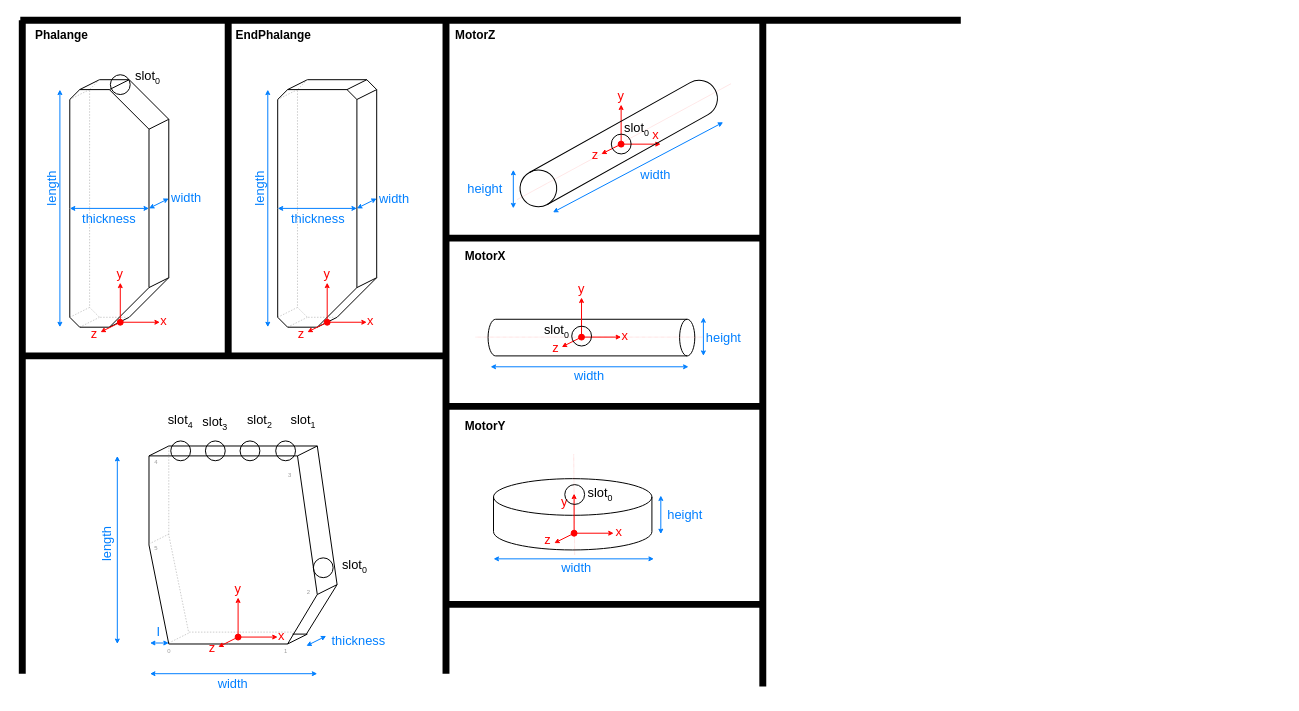
boytchev/virtual-prosthetics keeps this draw.io diagram as docs/shapes.drawio. Above is the earlier version. Source tidied: cells renumbered, new cells numbered last; positions are measured from the earlier drawing's top-left corner, leaving out a move shared by most shapes. Both pictures are drawn from the tidied source at 99%, with x=0, y=0 at pixel (20, 20).
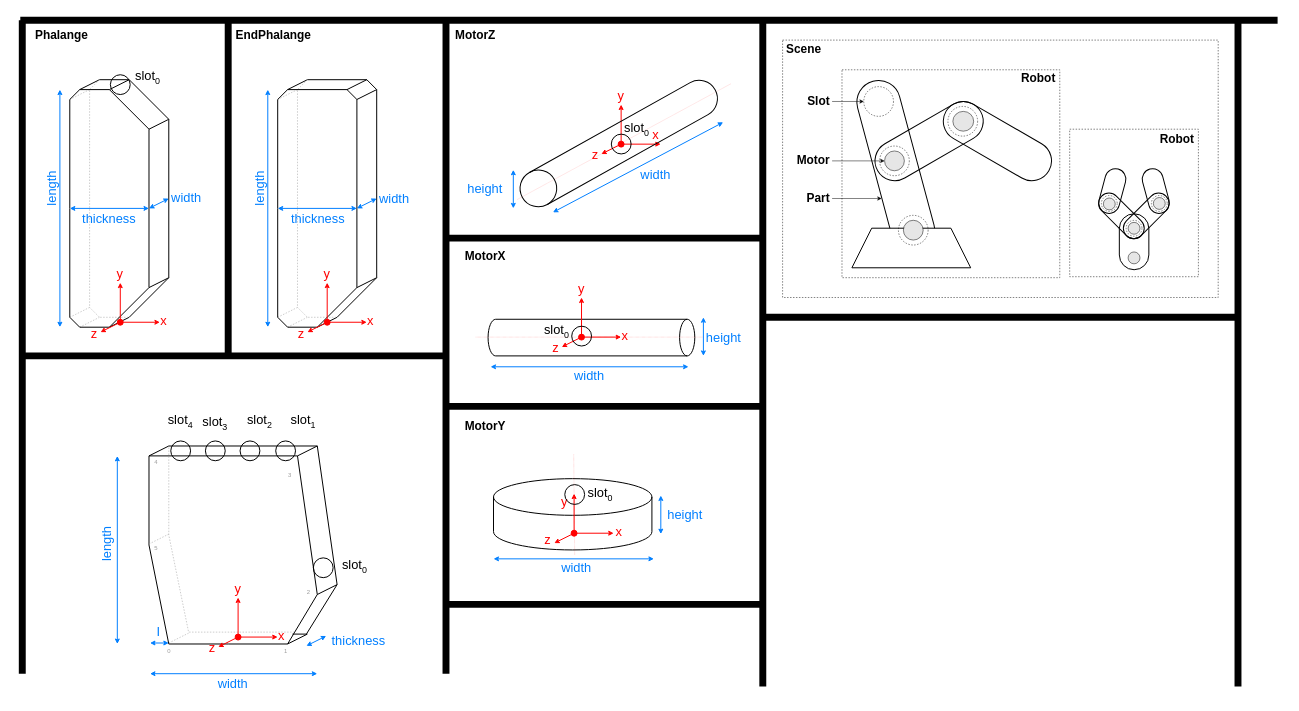
Above is the later version.

Commit message (it also covers changes not shown here):
Updated introduction, fixed sections Scene and Robot

What changed in the source:
```diff
@@
+    <mxCell id="151" style="rounded=0;whiteSpace=wrap;html=1;fillColor=none;labelBackgroundColor=default;endArrow=none;fontSize=11;dashed=1;strokeWidth=0.5;" parent="1" vertex="1">
+      <mxGeometry x="770" y="20" width="440" height="260" as="geometry" />
+    </mxCell>
+    <mxCell id="152" style="rounded=0;whiteSpace=wrap;html=1;fillColor=none;labelBackgroundColor=default;endArrow=none;fontSize=11;dashed=1;strokeWidth=0.5;" parent="1" vertex="1">
+      <mxGeometry x="830" y="50" width="220" height="210" as="geometry" />
+    </mxCell>
@@
     <mxCell id="91" style="endArrow=none;html=1;rounded=0;strokeColor=#000000;strokeWidth=7;fontSize=12;fontColor=#000000;" parent="1" edge="1">
       <mxGeometry relative="1" as="geometry">
         <mxPoint as="sourcePoint" />
-        <mxPoint x="950" as="targetPoint" />
+        <mxPoint x="1270" as="targetPoint" />
       </mxGeometry>
     </mxCell>
@@
+    <mxCell id="153" value="Scene" style="text;html=1;strokeColor=none;fillColor=none;align=left;verticalAlign=middle;whiteSpace=wrap;rounded=0;fontStyle=1;spacingLeft=2;" parent="1" vertex="1">
+      <mxGeometry x="770" y="20" width="80" height="20" as="geometry" />
+    </mxCell>
+    <mxCell id="154" style="rounded=1;whiteSpace=wrap;html=1;fillColor=none;arcSize=50;rotation=-105;" parent="1" vertex="1">
+      <mxGeometry x="795.3" y="125.6" width="178.1" height="43.9" as="geometry" />
+    </mxCell>
+    <mxCell id="155" style="rounded=1;whiteSpace=wrap;html=1;fillColor=none;arcSize=50;rotation=-30;" parent="1" vertex="1">
+      <mxGeometry x="858" y="102" width="120" height="40" as="geometry" />
+    </mxCell>
+    <mxCell id="156" style="rounded=1;whiteSpace=wrap;html=1;fillColor=none;arcSize=50;rotation=30;" parent="1" vertex="1">
+      <mxGeometry x="927" y="102" width="120" height="40" as="geometry" />
+    </mxCell>
+    <mxCell id="157" style="shape=trapezoid;perimeter=trapezoidPerimeter;whiteSpace=wrap;html=1;fixedSize=1;fillColor=default;" parent="1" vertex="1">
+      <mxGeometry x="840" y="210" width="120" height="40" as="geometry" />
+    </mxCell>
+    <mxCell id="158" style="ellipse;whiteSpace=wrap;html=1;fillColor=none;dashed=1;strokeWidth=0.5;" parent="1" vertex="1">
+      <mxGeometry x="887" y="197" width="30" height="30" as="geometry" />
+    </mxCell>
+    <mxCell id="159" style="ellipse;whiteSpace=wrap;html=1;fillColor=none;dashed=1;strokeWidth=0.5;" parent="1" vertex="1">
+      <mxGeometry x="852" y="67" width="30" height="30" as="geometry" />
+    </mxCell>
+    <mxCell id="160" style="ellipse;whiteSpace=wrap;html=1;fillColor=none;dashed=1;strokeWidth=0.5;" parent="1" vertex="1">
+      <mxGeometry x="868" y="127" width="30" height="30" as="geometry" />
+    </mxCell>
+    <mxCell id="161" style="ellipse;whiteSpace=wrap;html=1;fillColor=none;dashed=1;strokeWidth=0.5;" parent="1" vertex="1">
+      <mxGeometry x="937" y="87" width="30" height="30" as="geometry" />
+    </mxCell>
+    <mxCell id="162" style="ellipse;whiteSpace=wrap;html=1;fillColor=#E6E6E6;strokeWidth=0.5;" parent="1" vertex="1">
+      <mxGeometry x="873" y="132" width="20" height="20" as="geometry" />
+    </mxCell>
+    <mxCell id="163" style="ellipse;whiteSpace=wrap;html=1;fillColor=#E6E6E6;strokeWidth=0.5;" parent="1" vertex="1">
+      <mxGeometry x="892" y="202" width="20" height="20" as="geometry" />
+    </mxCell>
+    <mxCell id="164" style="ellipse;whiteSpace=wrap;html=1;fillColor=#E6E6E6;strokeWidth=0.5;" parent="1" vertex="1">
+      <mxGeometry x="942" y="92" width="21" height="20" as="geometry" />
+    </mxCell>
+    <mxCell id="165" value="Robot" style="text;html=1;strokeColor=none;fillColor=none;align=right;verticalAlign=middle;whiteSpace=wrap;rounded=0;fontStyle=1;spacing=2;spacingRight=2;" parent="1" vertex="1">
+      <mxGeometry x="980" y="49" width="70" height="20" as="geometry" />
+    </mxCell>
+    <mxCell id="166" value="Part" style="text;html=1;strokeColor=none;fillColor=none;align=right;verticalAlign=middle;whiteSpace=wrap;rounded=0;fontStyle=1;" parent="1" vertex="1">
+      <mxGeometry x="770" y="170" width="50" height="20" as="geometry" />
+    </mxCell>
+    <mxCell id="167" style="endArrow=classic;html=1;rounded=0;strokeWidth=0.5;startSize=3;endSize=3;exitX=1;exitY=0.5;exitDx=0;exitDy=0;" parent="1" edge="1" source="166">
+      <mxGeometry relative="1" as="geometry">
+        <mxPoint x="870" y="180" as="targetPoint" />
+      </mxGeometry>
+    </mxCell>
+    <mxCell id="168" style="endArrow=classic;html=1;rounded=0;strokeWidth=0.5;startSize=3;endSize=3;exitX=1;exitY=0.5;exitDx=0;exitDy=0;" parent="1" edge="1" source="169">
+      <mxGeometry relative="1" as="geometry">
+        <mxPoint x="852" y="82" as="targetPoint" />
+      </mxGeometry>
+    </mxCell>
+    <mxCell id="169" value="Slot" style="text;html=1;strokeColor=none;fillColor=none;align=right;verticalAlign=middle;whiteSpace=wrap;rounded=0;fontStyle=1;" parent="1" vertex="1">
+      <mxGeometry x="770" y="72" width="50" height="20" as="geometry" />
+    </mxCell>
+    <mxCell id="170" value="Motor" style="text;html=1;strokeColor=none;fillColor=none;align=right;verticalAlign=middle;whiteSpace=wrap;rounded=0;fontStyle=1;" parent="1" vertex="1">
+      <mxGeometry x="770" y="132" width="50" height="20" as="geometry" />
+    </mxCell>
+    <mxCell id="171" style="endArrow=classic;html=1;rounded=0;strokeWidth=0.5;startSize=3;endSize=3;exitX=1;exitY=0.5;exitDx=0;exitDy=0;" parent="1" edge="1" source="170">
+      <mxGeometry relative="1" as="geometry">
+        <mxPoint x="873" y="142" as="targetPoint" />
+      </mxGeometry>
+    </mxCell>
+    <mxCell id="172" style="endArrow=none;html=1;rounded=0;strokeColor=#000000;strokeWidth=7;fontSize=12;fontColor=#000000;" parent="1" edge="1">
+      <mxGeometry relative="1" as="geometry">
+        <mxPoint x="1230" as="sourcePoint" />
+        <mxPoint x="1230" y="673" as="targetPoint" />
+      </mxGeometry>
+    </mxCell>
+    <mxCell id="173" style="endArrow=none;html=1;rounded=0;strokeColor=#000000;strokeWidth=7;fontSize=12;fontColor=#000000;" parent="1" edge="1">
+      <mxGeometry relative="1" as="geometry">
+        <mxPoint x="750" y="300" as="sourcePoint" />
+        <mxPoint x="1230" y="300" as="targetPoint" />
+      </mxGeometry>
+    </mxCell>
+    <mxCell id="174" style="rounded=0;whiteSpace=wrap;html=1;fillColor=none;labelBackgroundColor=default;endArrow=none;fontSize=11;dashed=1;strokeWidth=0.5;" parent="1" vertex="1">
+      <mxGeometry x="1060" y="110" width="130" height="149" as="geometry" />
+    </mxCell>
+    <mxCell id="175" value="Robot" style="text;html=1;strokeColor=none;fillColor=none;align=right;verticalAlign=middle;whiteSpace=wrap;rounded=0;fontStyle=1;spacing=2;spacingRight=2;" parent="1" vertex="1">
+      <mxGeometry x="1120" y="110" width="70" height="20" as="geometry" />
+    </mxCell>
+    <mxCell id="176" style="rounded=1;whiteSpace=wrap;html=1;fillColor=none;arcSize=50;rotation=-90;" parent="1" vertex="1">
+      <mxGeometry x="1096.8" y="208.8" width="56.5" height="29.8" as="geometry" />
+    </mxCell>
+    <mxCell id="177" style="rounded=1;whiteSpace=wrap;html=1;fillColor=none;arcSize=50;rotation=-45;" parent="1" vertex="1">
+      <mxGeometry x="1109" y="187" width="56.5" height="21" as="geometry" />
+    </mxCell>
+    <mxCell id="178" style="rounded=1;whiteSpace=wrap;html=1;fillColor=none;arcSize=50;rotation=-135;" parent="1" vertex="1">
+      <mxGeometry x="1084" y="187" width="56.5" height="21" as="geometry" />
+    </mxCell>
+    <mxCell id="179" style="rounded=1;whiteSpace=wrap;html=1;fillColor=none;arcSize=50;rotation=-75;" parent="1" vertex="1">
+      <mxGeometry x="1080" y="162" width="46" height="21" as="geometry" />
+    </mxCell>
+    <mxCell id="180" style="rounded=1;whiteSpace=wrap;html=1;fillColor=none;arcSize=50;rotation=-105;" parent="1" vertex="1">
+      <mxGeometry x="1124" y="162" width="46" height="21" as="geometry" />
+    </mxCell>
+    <mxCell id="181" style="ellipse;whiteSpace=wrap;html=1;fillColor=none;dashed=1;strokeWidth=0.5;" parent="1" vertex="1">
+      <mxGeometry x="1092" y="177" width="16" height="16" as="geometry" />
+    </mxCell>
+    <mxCell id="182" style="ellipse;whiteSpace=wrap;html=1;fillColor=none;dashed=1;strokeWidth=0.5;" parent="1" vertex="1">
+      <mxGeometry x="1142.5" y="177" width="16" height="16" as="geometry" />
+    </mxCell>
+    <mxCell id="183" style="ellipse;whiteSpace=wrap;html=1;fillColor=none;dashed=1;strokeWidth=0.5;" parent="1" vertex="1">
+      <mxGeometry x="1117" y="202.1" width="16" height="16" as="geometry" />
+    </mxCell>
+    <mxCell id="184" style="ellipse;whiteSpace=wrap;html=1;fillColor=#E6E6E6;strokeWidth=0.5;" parent="1" vertex="1">
+      <mxGeometry x="1119" y="234" width="12" height="12" as="geometry" />
+    </mxCell>
+    <mxCell id="185" style="ellipse;whiteSpace=wrap;html=1;fillColor=#E6E6E6;strokeWidth=0.5;" parent="1" vertex="1">
+      <mxGeometry x="1119" y="204.1" width="12" height="12" as="geometry" />
+    </mxCell>
+    <mxCell id="186" style="ellipse;whiteSpace=wrap;html=1;fillColor=#E6E6E6;strokeWidth=0.5;" parent="1" vertex="1">
+      <mxGeometry x="1094" y="179.5" width="12" height="12" as="geometry" />
+    </mxCell>
+    <mxCell id="187" style="ellipse;whiteSpace=wrap;html=1;fillColor=#E6E6E6;strokeWidth=0.5;" parent="1" vertex="1">
+      <mxGeometry x="1144.5" y="179" width="12" height="12" as="geometry" />
+    </mxCell>
```
